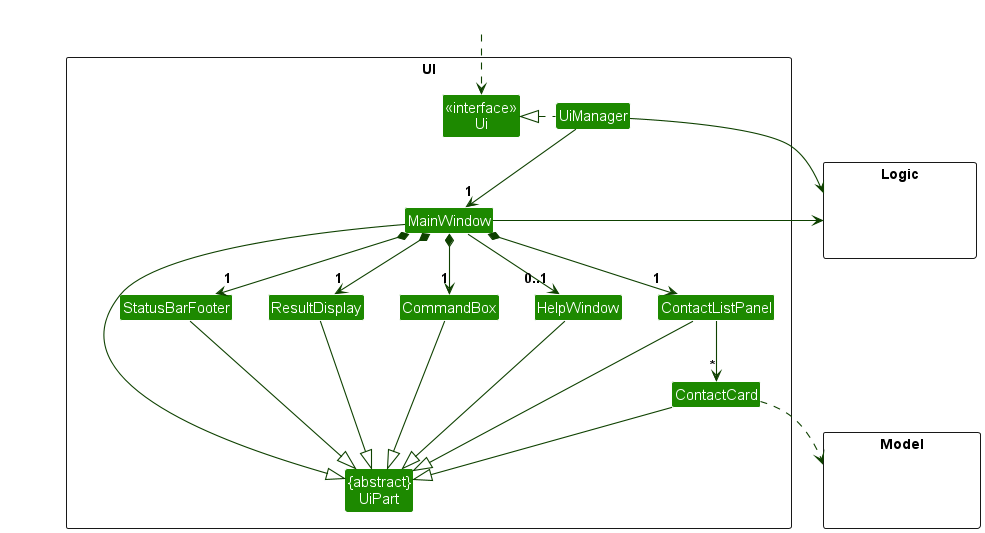
Before: docs/images/UiClassDiagram.png, a diagram exported from PlantUML (nus-cs2103-AY2324S1/tp).
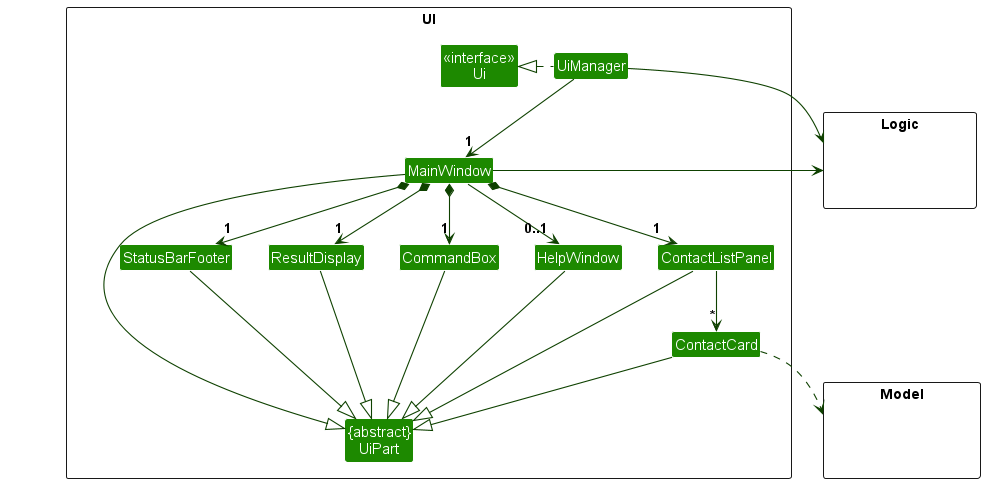
After the commit.

The edit, as a diff of the source:
```diff
@@ -26,7 +26,6 @@
 }
 
 Class HiddenOutside #FFFFFF
-HiddenOutside ..> Ui
 
 UiManager .left.|> Ui
 UiManager -down-> "1" MainWindow
```
